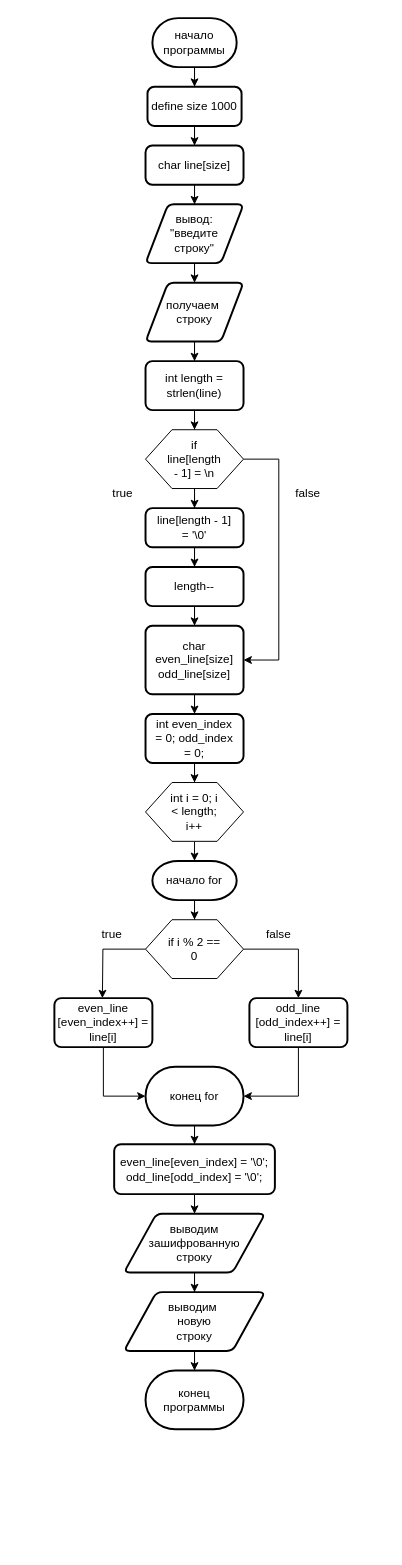
This is 08 - STRINGS/3/3.drawio from DuSommeil/homework, a draw.io file, before an edit. Source tidied: cells renumbered, new cells numbered last; positions are measured from the earlier drawing's top-left corner, leaving out a move shared by most shapes. Both pictures are drawn from the tidied source at 98%, with x=0, y=0 at pixel (54, 18).
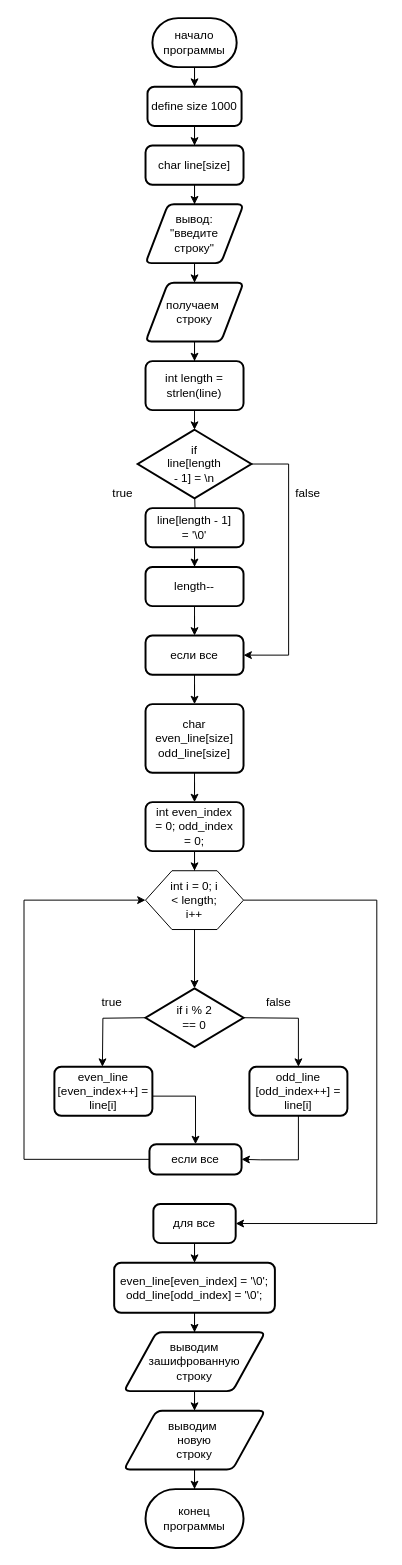
The same page after the edit.

The change refers to these unchanged cells:
```xml
<mxCell id="13" value="int length = strlen(line)" style="rounded=1;whiteSpace=wrap;html=1;absoluteArcSize=1;arcSize=14;strokeWidth=2;" parent="1" vertex="1">
  <mxGeometry x="93" y="350" width="100" height="50" as="geometry" />
</mxCell>
<mxCell id="19" value="line[length - 1]&lt;div&gt;= '\0'&lt;/div&gt;" style="rounded=1;whiteSpace=wrap;html=1;absoluteArcSize=1;arcSize=14;strokeWidth=2;" parent="1" vertex="1">
  <mxGeometry x="93" y="500" width="100" height="40" as="geometry" />
</mxCell>
<mxCell id="21" value="length--" style="rounded=1;whiteSpace=wrap;html=1;absoluteArcSize=1;arcSize=14;strokeWidth=2;" parent="1" vertex="1">
  <mxGeometry x="93" y="560" width="100" height="40" as="geometry" />
</mxCell>
```

Change to the diagram source:
```diff
@@
-    <mxCell id="12" style="edgeStyle=orthogonalEdgeStyle;rounded=0;jettySize=auto;html=1;entryX=0.5;entryY=0;entryDx=0;entryDy=0;" parent="1" edge="1" source="13" target="16">
-      <mxGeometry relative="1" as="geometry" />
+    <mxCell id="12" style="edgeStyle=orthogonalEdgeStyle;rounded=0;jettySize=auto;html=1;entryX=0.5;entryY=0;entryDx=0;entryDy=0;" parent="1" edge="1" source="13">
+      <mxGeometry relative="1" as="geometry">
+        <mxPoint x="143" y="420" as="targetPoint" />
+      </mxGeometry>
     </mxCell>
@@
-    <mxCell id="14" style="edgeStyle=orthogonalEdgeStyle;rounded=0;jettySize=auto;html=1;" parent="1" edge="1" source="16" target="19">
-      <mxGeometry relative="1" as="geometry" />
+    <mxCell id="14" style="edgeStyle=orthogonalEdgeStyle;rounded=0;jettySize=auto;html=1;" parent="1" edge="1" target="19">
+      <mxGeometry relative="1" as="geometry">
+        <mxPoint x="143" y="480" as="sourcePoint" />
+      </mxGeometry>
     </mxCell>
-    <mxCell id="15" style="edgeStyle=orthogonalEdgeStyle;rounded=0;jettySize=auto;html=1;" parent="1" edge="1" source="16" target="24">
-      <mxGeometry relative="1" as="geometry">
-        <Array as="points">
-          <mxPoint x="229" y="450" />
-          <mxPoint x="229" y="655" />
-        </Array>
-      </mxGeometry>
-    </mxCell>
-    <mxCell id="16" style="verticalLabelPosition=bottom;verticalAlign=top;html=1;shape=hexagon;perimeter=hexagonPerimeter2;arcSize=6;size=0.27;" parent="1" vertex="1">
-      <mxGeometry x="93" y="420" width="100" height="60" as="geometry" />
-    </mxCell>
-    <mxCell id="17" value="if line[length - 1] = \n" style="text;strokeColor=none;align=center;fillColor=none;html=1;verticalAlign=middle;whiteSpace=wrap;rounded=0;" parent="1" vertex="1">
-      <mxGeometry x="113" y="435" width="60" height="30" as="geometry" />
-    </mxCell>
@@
-    <mxCell id="20" style="edgeStyle=orthogonalEdgeStyle;rounded=0;jettySize=auto;html=1;" parent="1" edge="1" source="21" target="24">
-      <mxGeometry relative="1" as="geometry" />
-    </mxCell>
+    <mxCell id="52" style="edgeStyle=orthogonalEdgeStyle;rounded=0;jettySize=auto;html=1;entryX=0.5;entryY=0;entryDx=0;entryDy=0;" parent="1" edge="1" source="21" target="58">
+      <mxGeometry relative="1" as="geometry" />
+    </mxCell>
@@
     <mxCell id="24" value="char even_line[size]&lt;div&gt;odd_line[size]&lt;/div&gt;" style="rounded=1;whiteSpace=wrap;html=1;absoluteArcSize=1;arcSize=14;strokeWidth=2;" parent="1" vertex="1">
-      <mxGeometry x="93" y="620" width="100" height="70" as="geometry" />
+      <mxGeometry x="93" y="700" width="100" height="70" as="geometry" />
     </mxCell>
@@
     <mxCell id="27" value="int even_index&lt;div&gt;= 0; odd_index&lt;/div&gt;&lt;div&gt;= 0;&lt;/div&gt;" style="rounded=1;whiteSpace=wrap;html=1;absoluteArcSize=1;arcSize=14;strokeWidth=2;" parent="1" vertex="1">
-      <mxGeometry x="93" y="710" width="100" height="50" as="geometry" />
+      <mxGeometry x="93" y="800" width="100" height="50" as="geometry" />
     </mxCell>
-    <mxCell id="28" style="edgeStyle=orthogonalEdgeStyle;rounded=0;jettySize=auto;html=1;" parent="1" edge="1" source="29">
+    <mxCell id="28" style="edgeStyle=orthogonalEdgeStyle;rounded=0;orthogonalLoop=1;jettySize=auto;html=1;" parent="1" edge="1">
       <mxGeometry relative="1" as="geometry">
-        <mxPoint x="143" y="860" as="targetPoint" />
+        <mxPoint x="143" y="929" as="sourcePoint" />
+        <mxPoint x="143" y="990" as="targetPoint" />
       </mxGeometry>
     </mxCell>
+    <mxCell id="53" style="edgeStyle=orthogonalEdgeStyle;rounded=0;jettySize=auto;html=1;" parent="1" edge="1" source="29" target="62">
+      <mxGeometry relative="1" as="geometry">
+        <Array as="points">
+          <mxPoint x="329" y="900" />
+          <mxPoint x="329" y="1230" />
+        </Array>
+      </mxGeometry>
+    </mxCell>
     <mxCell id="29" style="verticalLabelPosition=bottom;verticalAlign=top;html=1;shape=hexagon;perimeter=hexagonPerimeter2;arcSize=6;size=0.27;" parent="1" vertex="1">
-      <mxGeometry x="93" y="780" width="100" height="60" as="geometry" />
+      <mxGeometry x="93" y="870" width="100" height="60" as="geometry" />
     </mxCell>
     <mxCell id="30" value="int i = 0; i &amp;lt; length; i++" style="text;strokeColor=none;align=center;fillColor=none;html=1;verticalAlign=middle;whiteSpace=wrap;rounded=0;" parent="1" vertex="1">
-      <mxGeometry x="113" y="795" width="60" height="30" as="geometry" />
+      <mxGeometry x="113" y="885" width="60" height="30" as="geometry" />
     </mxCell>
-    <mxCell id="31" style="edgeStyle=orthogonalEdgeStyle;rounded=0;jettySize=auto;html=1;" parent="1" edge="1" source="32" target="35">
-      <mxGeometry relative="1" as="geometry" />
-    </mxCell>
-    <mxCell id="32" value="начало for" style="strokeWidth=2;html=1;shape=mxgraph.flowchart.terminator;whiteSpace=wrap;" parent="1" vertex="1">
-      <mxGeometry x="100" y="860" width="86" height="40" as="geometry" />
-    </mxCell>
-    <mxCell id="33" style="edgeStyle=orthogonalEdgeStyle;rounded=0;jettySize=auto;html=1;" parent="1" edge="1" source="35">
+    <mxCell id="33" style="edgeStyle=orthogonalEdgeStyle;rounded=0;orthogonalLoop=1;jettySize=auto;html=1;" parent="1" edge="1">
       <mxGeometry relative="1" as="geometry">
-        <mxPoint x="49" y="1000" as="targetPoint" />
+        <mxPoint x="93" y="1020" as="sourcePoint" />
+        <mxPoint x="49" y="1070" as="targetPoint" />
       </mxGeometry>
     </mxCell>
-    <mxCell id="34" style="edgeStyle=orthogonalEdgeStyle;rounded=0;jettySize=auto;html=1;" parent="1" edge="1" source="35" target="38">
-      <mxGeometry relative="1" as="geometry" />
+    <mxCell id="34" style="edgeStyle=orthogonalEdgeStyle;rounded=0;jettySize=auto;html=1;" parent="1" edge="1" target="38">
+      <mxGeometry relative="1" as="geometry">
+        <mxPoint x="193" y="1020" as="sourcePoint" />
+      </mxGeometry>
     </mxCell>
-    <mxCell id="35" style="verticalLabelPosition=bottom;verticalAlign=top;html=1;shape=hexagon;perimeter=hexagonPerimeter2;arcSize=6;size=0.27;" parent="1" vertex="1">
-      <mxGeometry x="93" y="920" width="100" height="60" as="geometry" />
-    </mxCell>
-    <mxCell id="36" value="if i % 2 == 0" style="text;strokeColor=none;align=center;fillColor=none;html=1;verticalAlign=middle;whiteSpace=wrap;rounded=0;" parent="1" vertex="1">
-      <mxGeometry x="113" y="935" width="60" height="30" as="geometry" />
-    </mxCell>
+    <mxCell id="54" style="edgeStyle=orthogonalEdgeStyle;rounded=0;jettySize=auto;html=1;entryX=0.5;entryY=0;entryDx=0;entryDy=0;" parent="1" edge="1" source="37" target="60">
+      <mxGeometry relative="1" as="geometry">
+        <Array as="points">
+          <mxPoint x="144" y="1100" />
+        </Array>
+      </mxGeometry>
+    </mxCell>
     <mxCell id="37" value="even_line&lt;div&gt;[even_index++] = line[i]&lt;/div&gt;" style="rounded=1;whiteSpace=wrap;html=1;absoluteArcSize=1;arcSize=14;strokeWidth=2;" parent="1" vertex="1">
-      <mxGeometry y="1000" width="100" height="50" as="geometry" />
+      <mxGeometry y="1070" width="100" height="50" as="geometry" />
     </mxCell>
+    <mxCell id="55" style="edgeStyle=orthogonalEdgeStyle;rounded=0;jettySize=auto;html=1;entryX=1;entryY=0.5;entryDx=0;entryDy=0;" parent="1" edge="1" source="38" target="60">
+      <mxGeometry relative="1" as="geometry">
+        <Array as="points">
+          <mxPoint x="249" y="1165" />
+          <mxPoint x="210" y="1165" />
+        </Array>
+      </mxGeometry>
+    </mxCell>
     <mxCell id="38" value="odd_line&lt;div&gt;[odd_index++] = line[i]&lt;/div&gt;" style="rounded=1;whiteSpace=wrap;html=1;absoluteArcSize=1;arcSize=14;strokeWidth=2;" parent="1" vertex="1">
-      <mxGeometry x="199" y="1000" width="100" height="50" as="geometry" />
+      <mxGeometry x="199" y="1070" width="100" height="50" as="geometry" />
     </mxCell>
     <mxCell id="39" value="false" style="text;strokeColor=none;align=center;fillColor=none;html=1;verticalAlign=middle;whiteSpace=wrap;rounded=0;" parent="1" vertex="1">
-      <mxGeometry x="199" y="920" width="60" height="30" as="geometry" />
+      <mxGeometry x="199" y="990" width="60" height="30" as="geometry" />
     </mxCell>
     <mxCell id="40" value="true" style="text;strokeColor=none;align=center;fillColor=none;html=1;verticalAlign=middle;whiteSpace=wrap;rounded=0;" parent="1" vertex="1">
-      <mxGeometry x="29" y="920" width="60" height="30" as="geometry" />
+      <mxGeometry x="29" y="990" width="60" height="30" as="geometry" />
     </mxCell>
-    <mxCell id="41" style="edgeStyle=orthogonalEdgeStyle;rounded=0;jettySize=auto;html=1;entryX=0.5;entryY=0;entryDx=0;entryDy=0;" parent="1" edge="1" source="42" target="46">
-      <mxGeometry relative="1" as="geometry" />
-    </mxCell>
-    <mxCell id="42" value="конец for" style="strokeWidth=2;html=1;shape=mxgraph.flowchart.terminator;whiteSpace=wrap;" parent="1" vertex="1">
-      <mxGeometry x="93" y="1070" width="100" height="60" as="geometry" />
-    </mxCell>
-    <mxCell id="43" style="edgeStyle=orthogonalEdgeStyle;rounded=0;jettySize=auto;html=1;entryX=0;entryY=0.5;entryDx=0;entryDy=0;entryPerimeter=0;" parent="1" edge="1" source="37" target="42">
-      <mxGeometry relative="1" as="geometry" />
-    </mxCell>
-    <mxCell id="44" style="edgeStyle=orthogonalEdgeStyle;rounded=0;jettySize=auto;html=1;entryX=1;entryY=0.5;entryDx=0;entryDy=0;entryPerimeter=0;" parent="1" edge="1" source="38" target="42">
-      <mxGeometry relative="1" as="geometry">
-        <Array as="points">
-          <mxPoint x="249" y="1100" />
-        </Array>
-      </mxGeometry>
-    </mxCell>
@@
     <mxCell id="46" value="even_line[even_index] = '\0';&lt;div&gt;odd_line[odd_index] = '\0';&lt;/div&gt;" style="rounded=1;whiteSpace=wrap;html=1;absoluteArcSize=1;arcSize=14;strokeWidth=2;" parent="1" vertex="1">
-      <mxGeometry x="61" y="1149" width="164" height="51" as="geometry" />
+      <mxGeometry x="61" y="1270" width="164" height="51" as="geometry" />
     </mxCell>
@@
     <mxCell id="48" value="выводим&lt;div&gt;зашифрованную&lt;/div&gt;&lt;div&gt;строку&lt;/div&gt;" style="shape=parallelogram;html=1;strokeWidth=2;perimeter=parallelogramPerimeter;whiteSpace=wrap;rounded=1;arcSize=12;size=0.23;" parent="1" vertex="1">
-      <mxGeometry x="71" y="1220" width="144" height="60" as="geometry" />
+      <mxGeometry x="71" y="1341" width="144" height="60" as="geometry" />
     </mxCell>
     <mxCell id="49" value="выводим&amp;nbsp;&lt;div&gt;новую&lt;/div&gt;&lt;div&gt;строку&lt;/div&gt;" style="shape=parallelogram;html=1;strokeWidth=2;perimeter=parallelogramPerimeter;whiteSpace=wrap;rounded=1;arcSize=12;size=0.23;" parent="1" vertex="1">
-      <mxGeometry x="71" y="1300" width="144" height="60" as="geometry" />
+      <mxGeometry x="71" y="1421" width="144" height="60" as="geometry" />
     </mxCell>
     <mxCell id="50" value="конец&lt;div&gt;программы&lt;/div&gt;" style="strokeWidth=2;html=1;shape=mxgraph.flowchart.terminator;whiteSpace=wrap;" parent="1" vertex="1">
-      <mxGeometry x="93" y="1380" width="100" height="60" as="geometry" />
+      <mxGeometry x="93" y="1501" width="100" height="60" as="geometry" />
     </mxCell>
@@
+    <mxCell id="56" style="edgeStyle=orthogonalEdgeStyle;rounded=0;jettySize=auto;html=1;entryX=1;entryY=0.5;entryDx=0;entryDy=0;" parent="1" edge="1" source="17" target="58">
+      <mxGeometry relative="1" as="geometry">
+        <Array as="points">
+          <mxPoint x="239" y="455" />
+          <mxPoint x="239" y="650" />
+        </Array>
+      </mxGeometry>
+    </mxCell>
+    <mxCell id="17" value="if&lt;div&gt;line[length&lt;/div&gt;&lt;div&gt;- 1] = \n&lt;/div&gt;" style="strokeWidth=2;html=1;shape=mxgraph.flowchart.decision;whiteSpace=wrap;" parent="1" vertex="1">
+      <mxGeometry x="85" y="420" width="116" height="70" as="geometry" />
+    </mxCell>
+    <mxCell id="57" style="edgeStyle=orthogonalEdgeStyle;rounded=0;jettySize=auto;html=1;entryX=0.5;entryY=0;entryDx=0;entryDy=0;" parent="1" edge="1" source="58" target="24">
+      <mxGeometry relative="1" as="geometry" />
+    </mxCell>
+    <mxCell id="58" value="если все" style="rounded=1;whiteSpace=wrap;html=1;absoluteArcSize=1;arcSize=14;strokeWidth=2;" parent="1" vertex="1">
+      <mxGeometry x="93" y="630" width="100" height="40" as="geometry" />
+    </mxCell>
+    <mxCell id="36" value="if i % 2&lt;div&gt;== 0&lt;/div&gt;" style="strokeWidth=2;html=1;shape=mxgraph.flowchart.decision;whiteSpace=wrap;" parent="1" vertex="1">
+      <mxGeometry x="93" y="990" width="100" height="60" as="geometry" />
+    </mxCell>
+    <mxCell id="59" style="edgeStyle=orthogonalEdgeStyle;rounded=0;jettySize=auto;html=1;entryX=0;entryY=0.5;entryDx=0;entryDy=0;" parent="1" edge="1" source="60" target="29">
+      <mxGeometry relative="1" as="geometry">
+        <Array as="points">
+          <mxPoint x="-31" y="1165" />
+          <mxPoint x="-31" y="900" />
+        </Array>
+      </mxGeometry>
+    </mxCell>
+    <mxCell id="60" value="если все" style="rounded=1;whiteSpace=wrap;html=1;absoluteArcSize=1;arcSize=14;strokeWidth=2;" parent="1" vertex="1">
+      <mxGeometry x="97" y="1149" width="94" height="31" as="geometry" />
+    </mxCell>
+    <mxCell id="61" style="edgeStyle=orthogonalEdgeStyle;rounded=0;jettySize=auto;html=1;entryX=0.5;entryY=0;entryDx=0;entryDy=0;" parent="1" edge="1" source="62" target="46">
+      <mxGeometry relative="1" as="geometry" />
+    </mxCell>
+    <mxCell id="62" value="для все" style="rounded=1;whiteSpace=wrap;html=1;absoluteArcSize=1;arcSize=14;strokeWidth=2;" parent="1" vertex="1">
+      <mxGeometry x="101" y="1210" width="84" height="40" as="geometry" />
+    </mxCell>
```
